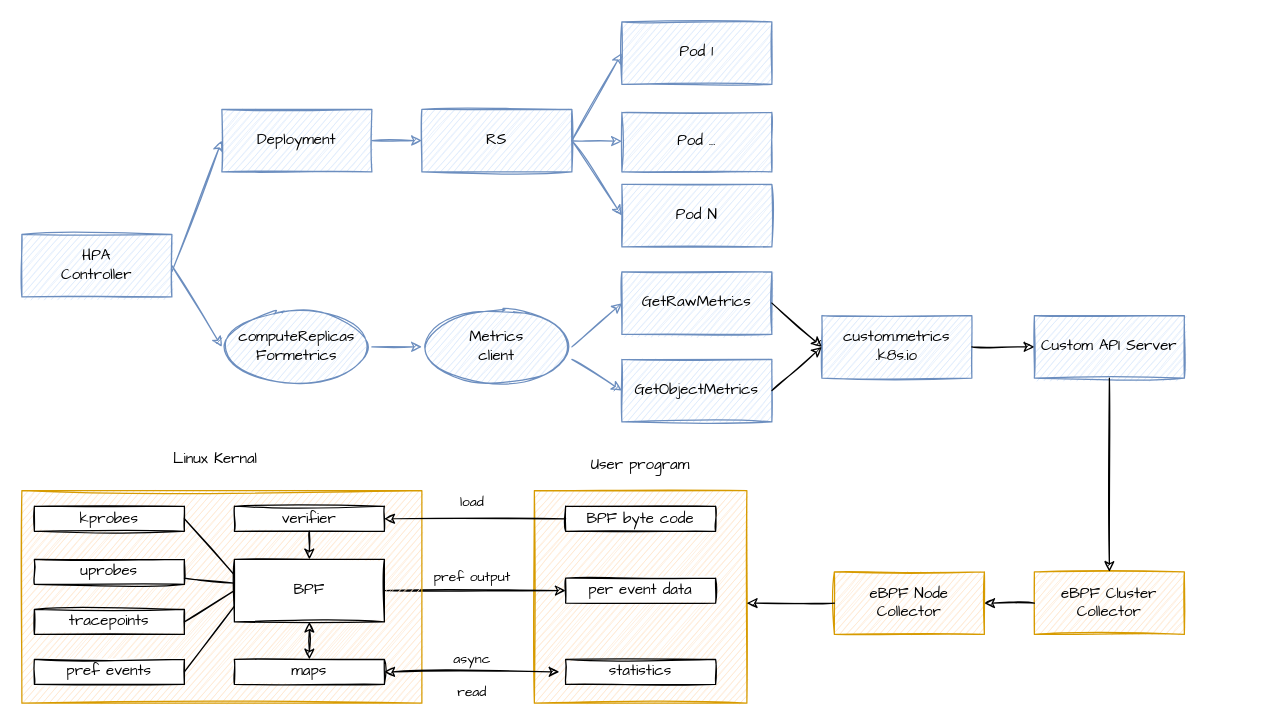
Above: Untitled Diagram.drawio in wrongerror/diagrams (draw.io), before the change. Source tidied: cells renumbered, new cells numbered last; positions are measured from the earlier drawing's top-left corner, leaving out a move shared by most shapes. Both pictures are drawn from the tidied source at 125%, with x=0, y=0 at pixel (21, 21).
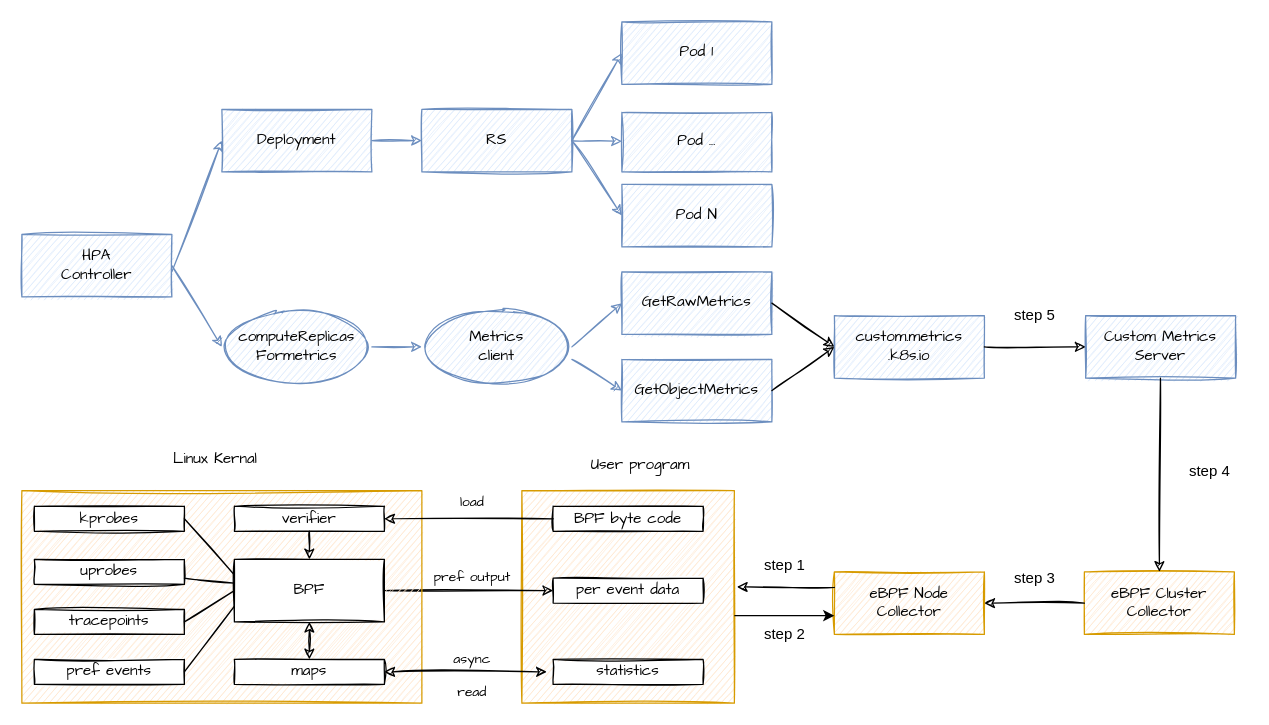
After the change.

Unchanged cells that the change refers to:
```xml
<mxCell id="24" value="eBPF Node &lt;br&gt;Collector" style="rounded=0;whiteSpace=wrap;html=1;sketch=1;fillStyle=auto;fontFamily=Comic Sans MS;fillColor=#ffe6cc;strokeColor=#d79b00;" parent="1" vertex="1">
  <mxGeometry x="650" y="440" width="120" height="50" as="geometry" />
</mxCell>
<mxCell id="26" style="whiteSpace=wrap;html=1;sketch=1;fillStyle=auto;fontFamily=Comic Sans MS;fillColor=#ffe6cc;strokeColor=#d79b00;" parent="25" vertex="1">
  <mxGeometry width="170" height="170" as="geometry" />
</mxCell>
<mxCell id="38" value="maps" style="rounded=0;whiteSpace=wrap;html=1;sketch=1;fillStyle=auto;fontFamily=Comic Sans MS;" parent="1" vertex="1">
  <mxGeometry x="170" y="510" width="120" height="20" as="geometry" />
</mxCell>
```

Diff of the diagram source:
```diff
@@
     <mxCell id="21" value="custom.metrics&lt;br&gt;.k8s.io" style="rounded=0;whiteSpace=wrap;html=1;sketch=1;fillStyle=auto;fontFamily=Comic Sans MS;fillColor=#dae8fc;strokeColor=#6c8ebf;" parent="1" vertex="1">
-      <mxGeometry x="640" y="235" width="120" height="50" as="geometry" />
+      <mxGeometry x="650" y="235" width="120" height="50" as="geometry" />
     </mxCell>
-    <mxCell id="22" value="Custom API Server" style="rounded=0;whiteSpace=wrap;html=1;sketch=1;fillStyle=auto;fontFamily=Comic Sans MS;fillColor=#dae8fc;strokeColor=#6c8ebf;" parent="1" vertex="1">
-      <mxGeometry x="810" y="235" width="120" height="50" as="geometry" />
+    <mxCell id="22" value="Custom Metrics Server" style="rounded=0;whiteSpace=wrap;html=1;sketch=1;fillStyle=auto;fontFamily=Comic Sans MS;fillColor=#dae8fc;strokeColor=#6c8ebf;" parent="1" vertex="1">
+      <mxGeometry x="851" y="235" width="120" height="50" as="geometry" />
     </mxCell>
     <mxCell id="23" value="eBPF Cluster Collector" style="rounded=0;whiteSpace=wrap;html=1;sketch=1;fillStyle=auto;fontFamily=Comic Sans MS;fillColor=#ffe6cc;strokeColor=#d79b00;" parent="1" vertex="1">
-      <mxGeometry x="810" y="440" width="120" height="50" as="geometry" />
+      <mxGeometry x="850" y="440" width="120" height="50" as="geometry" />
     </mxCell>
@@
     <mxCell id="25" style="group;" parent="1" vertex="1">
-      <mxGeometry x="410" y="375" width="170" height="170" as="geometry" />
+      <mxGeometry x="400" y="375" width="170" height="170" as="geometry" />
     </mxCell>
@@
-    <mxCell id="39" style="endArrow=classic;html=1;rounded=0;sketch=1;fontFamily=Comic Sans MS;exitX=0;exitY=0.5;exitDx=0;exitDy=0;" parent="1" edge="1" source="24">
-      <mxGeometry relative="1" as="geometry">
-        <mxPoint x="580" y="465" as="targetPoint" />
-      </mxGeometry>
+    <mxCell id="39" style="endArrow=classic;html=1;rounded=0;sketch=1;fontFamily=Comic Sans MS;exitX=0;exitY=0.25;exitDx=0;exitDy=0;entryX=1.012;entryY=0.453;entryDx=0;entryDy=0;entryPerimeter=0;" parent="1" edge="1" source="24" target="26">
+      <mxGeometry relative="1" as="geometry" />
     </mxCell>
@@
     <mxCell id="50" style="endArrow=classic;startArrow=classic;html=1;rounded=0;sketch=1;fontFamily=Comic Sans MS;exitX=1;exitY=0.5;exitDx=0;exitDy=0;" parent="1" edge="1" source="38">
       <mxGeometry relative="1" as="geometry">
-        <mxPoint x="430" y="520" as="targetPoint" />
+        <mxPoint x="420" y="520" as="targetPoint" />
       </mxGeometry>
     </mxCell>
@@
-    <mxCell id="53" style="endArrow=classic;html=1;rounded=0;sketch=1;fontFamily=Comic Sans MS;" parent="1" edge="1" source="22">
-      <mxGeometry relative="1" as="geometry">
-        <mxPoint x="870" y="440" as="targetPoint" />
-      </mxGeometry>
+    <mxCell id="53" style="endArrow=classic;html=1;rounded=0;sketch=1;fontFamily=Comic Sans MS;entryX=0.5;entryY=0;entryDx=0;entryDy=0;" parent="1" edge="1" source="22" target="23">
+      <mxGeometry relative="1" as="geometry" />
     </mxCell>
@@
+    <mxCell id="59" value="step 1" style="text;html=1;align=center;verticalAlign=middle;fillColor=none;strokeColor=none;rounded=0;" parent="1" vertex="1">
+      <mxGeometry x="580" y="420" width="60" height="30" as="geometry" />
+    </mxCell>
+    <mxCell id="60" style="endArrow=classic;html=1;rounded=0;exitX=1;exitY=0.588;exitDx=0;exitDy=0;exitPerimeter=0;" parent="1" edge="1" source="26">
+      <mxGeometry relative="1" as="geometry">
+        <mxPoint x="650" y="475" as="targetPoint" />
+      </mxGeometry>
+    </mxCell>
+    <mxCell id="61" value="step 2" style="text;html=1;align=center;verticalAlign=middle;fillColor=none;strokeColor=none;rounded=0;" parent="1" vertex="1">
+      <mxGeometry x="580" y="475" width="60" height="30" as="geometry" />
+    </mxCell>
+    <mxCell id="62" value="step 3" style="text;html=1;align=center;verticalAlign=middle;fillColor=none;strokeColor=none;rounded=0;" parent="1" vertex="1">
+      <mxGeometry x="780" y="430" width="60" height="30" as="geometry" />
+    </mxCell>
+    <mxCell id="63" value="step 4" style="text;html=1;align=center;verticalAlign=middle;fillColor=none;strokeColor=none;rounded=0;" parent="1" vertex="1">
+      <mxGeometry x="920" y="345" width="60" height="30" as="geometry" />
+    </mxCell>
+    <mxCell id="64" value="step 5" style="text;html=1;align=center;verticalAlign=middle;fillColor=none;strokeColor=none;rounded=0;" parent="1" vertex="1">
+      <mxGeometry x="780" y="220" width="60" height="30" as="geometry" />
+    </mxCell>
```
